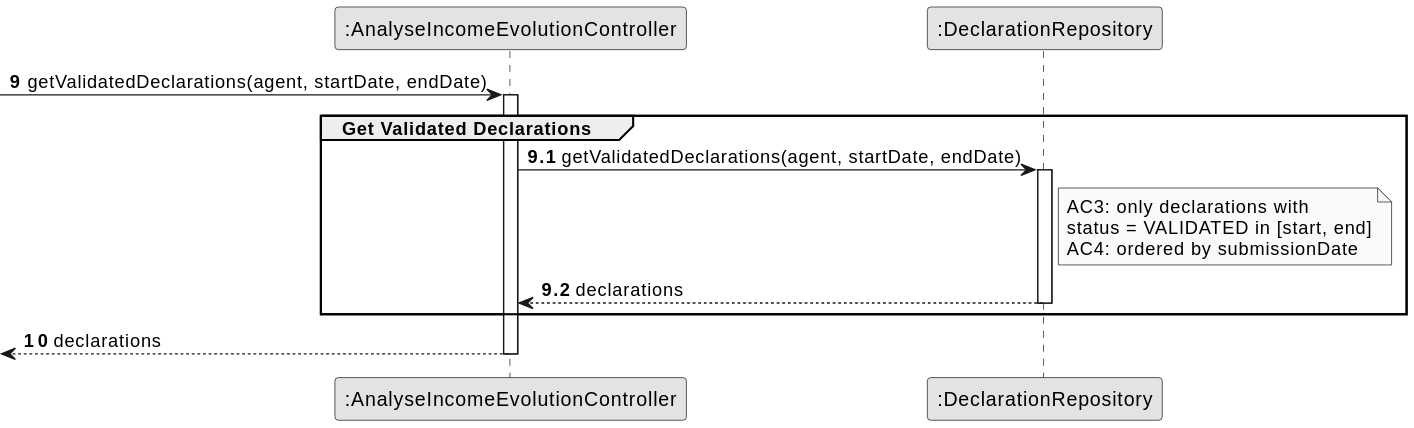
Earlier version of the PlantUML export docs/system-documentation/US10/03.design/svg/US10-SD-partial-get-validated-declarations.svg (brunodspinto/crystal-clear-platform). Its diagram source:
```plantuml
@startuml
skinparam monochrome true
skinparam packageStyle rectangle
skinparam shadowing false

autonumber

participant ":AnalyseIncomeEvolutionController" as CTRL
participant ":DeclarationRepository" as DR

autonumber 9
 -> CTRL : getValidatedDeclarations(agent, startDate, endDate)
autonumber 9.1
activate CTRL
    group Get Validated Declarations

        CTRL -> DR : getValidatedDeclarations(agent, startDate, endDate)
        activate DR

            note right of DR
                AC3: only declarations with
                status = VALIDATED in [start, end]
                AC4: ordered by submissionDate
            end note

            DR --> CTRL : declarations
        deactivate DR

    end
    autonumber 10
    <-- CTRL : declarations
deactivate CTRL
@enduml
```
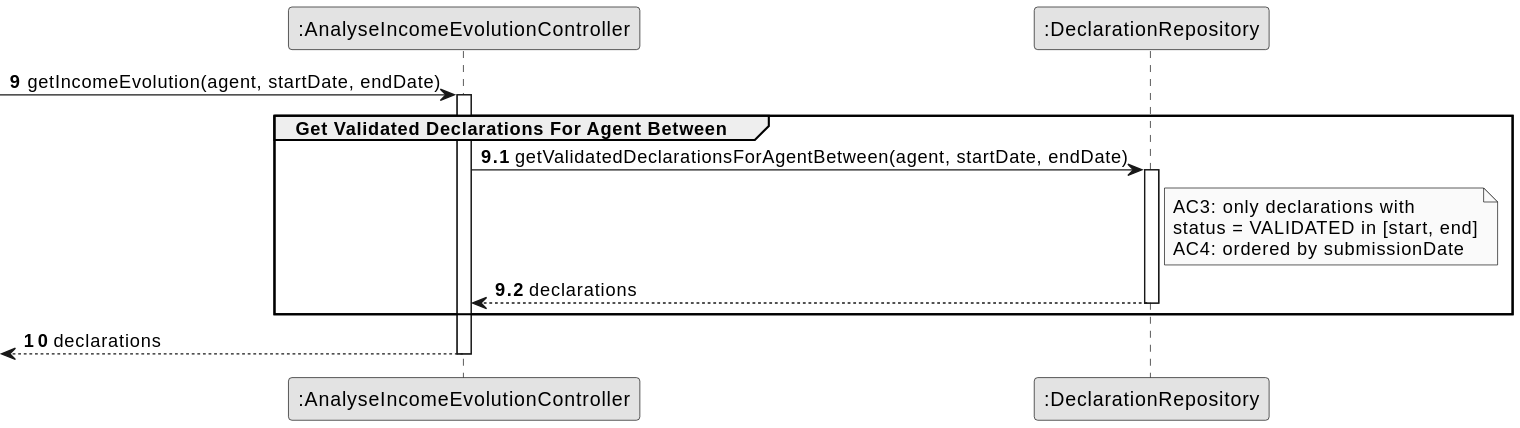
After the change.

Change to the diagram source:
```diff
@@ -9,12 +9,12 @@
 participant ":DeclarationRepository" as DR
 
 autonumber 9
- -> CTRL : getValidatedDeclarations(agent, startDate, endDate)
+ -> CTRL : getIncomeEvolution(agent, startDate, endDate)
 autonumber 9.1
 activate CTRL
-    group Get Validated Declarations
+    group Get Validated Declarations For Agent Between
 
-        CTRL -> DR : getValidatedDeclarations(agent, startDate, endDate)
+        CTRL -> DR : getValidatedDeclarationsForAgentBetween(agent, startDate, endDate)
         activate DR
 
             note right of DR
```
